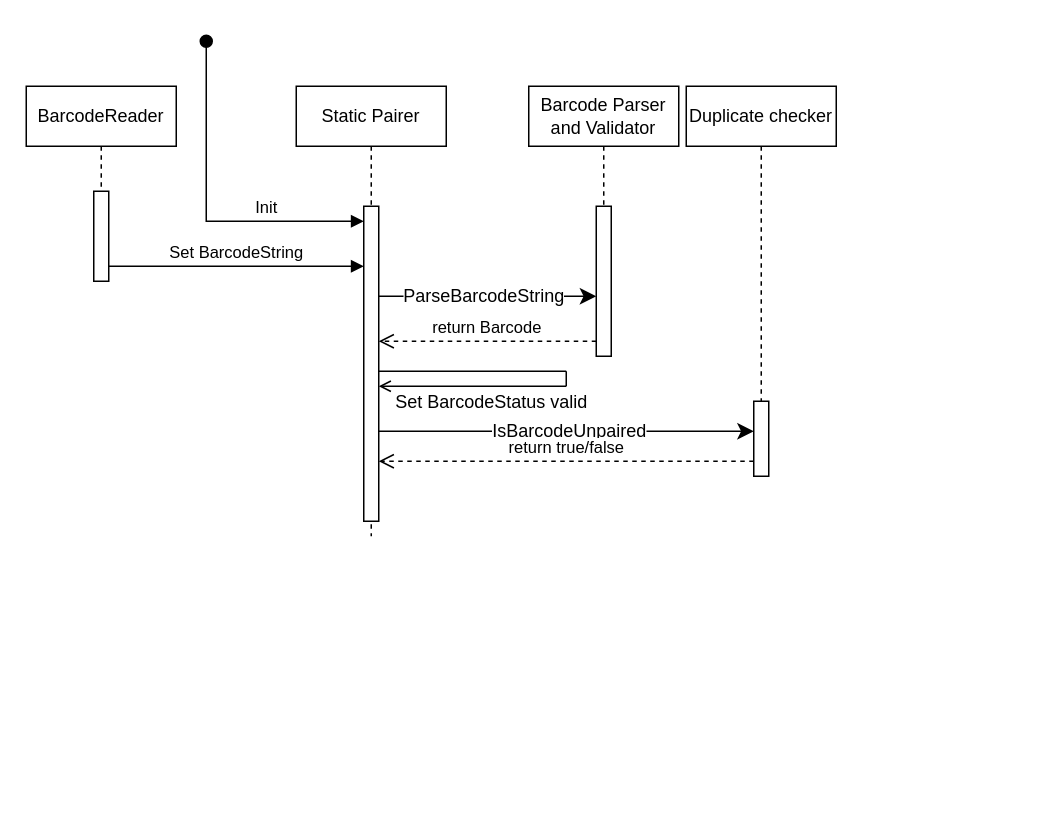
Before: PairingAndUploading-Sequence.drawio in manuel-harsch/draw.io-storage, a draw.io diagram. Source tidied: cells renumbered, new cells numbered last; positions are measured from the earlier drawing's top-left corner, leaving out a move shared by most shapes. Both pictures are drawn from the tidied source at 150%, with x=0, y=0 at pixel (26, 40).
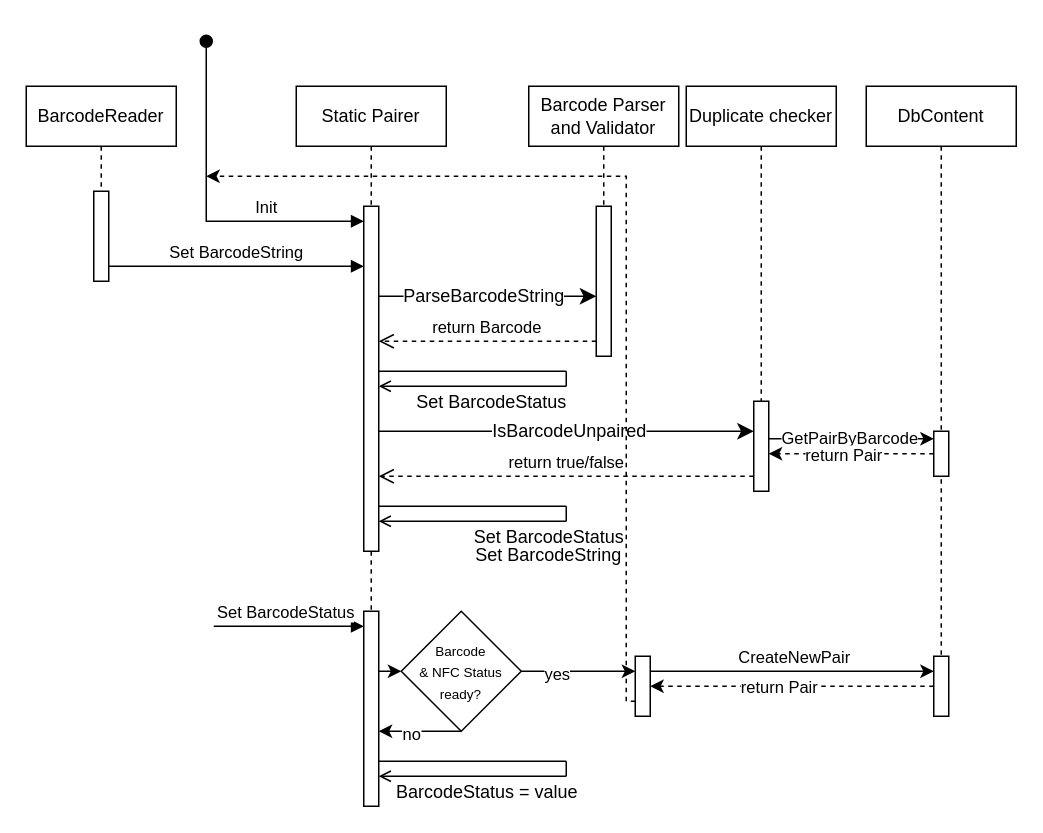
After the change.

Unchanged cells that the change refers to:
```xml
<mxCell id="17" style="endArrow=none;html=1;rounded=0;fontSize=12;startSize=8;endSize=8;" parent="15" edge="1">
  <mxGeometry relative="1" as="geometry">
    <mxPoint as="sourcePoint" />
    <mxPoint x="125" as="targetPoint" />
  </mxGeometry>
</mxCell>
```

Diff of the diagram source:
```diff
@@
     <mxCell id="4" value="Static Pairer" style="shape=umlLifeline;perimeter=lifelinePerimeter;whiteSpace=wrap;html=1;newEdgeStyle={&quot;edgeStyle&quot;:&quot;elbowEdgeStyle&quot;,&quot;elbow&quot;:&quot;vertical&quot;,&quot;curved&quot;:0,&quot;rounded&quot;:0};" parent="1" vertex="1">
-      <mxGeometry x="180" y="30" width="100" height="300" as="geometry" />
+      <mxGeometry x="180" y="30" width="100" height="480" as="geometry" />
     </mxCell>
     <mxCell id="5" style="html=1;points=[];perimeter=orthogonalPerimeter;outlineConnect=0;targetShapes=umlLifeline;portConstraint=eastwest;newEdgeStyle={&quot;edgeStyle&quot;:&quot;elbowEdgeStyle&quot;,&quot;elbow&quot;:&quot;vertical&quot;,&quot;curved&quot;:0,&quot;rounded&quot;:0};" parent="4" vertex="1">
-      <mxGeometry x="45" y="80" width="10" height="210" as="geometry" />
+      <mxGeometry x="45" y="80" width="10" height="230" as="geometry" />
     </mxCell>
+    <mxCell id="25" style="html=1;points=[];perimeter=orthogonalPerimeter;outlineConnect=0;targetShapes=umlLifeline;portConstraint=eastwest;newEdgeStyle={&quot;edgeStyle&quot;:&quot;elbowEdgeStyle&quot;,&quot;elbow&quot;:&quot;vertical&quot;,&quot;curved&quot;:0,&quot;rounded&quot;:0};" parent="4" vertex="1">
+      <mxGeometry x="45" y="350" width="10" height="130" as="geometry" />
+    </mxCell>
@@
-    <mxCell id="18" value="Set BarcodeStatus valid" style="edgeLabel;html=1;align=center;verticalAlign=middle;fontSize=12;" parent="17" vertex="1">
+    <mxCell id="18" value="Set BarcodeStatus" style="edgeLabel;html=1;align=center;verticalAlign=middle;fontSize=12;" parent="17" vertex="1">
       <mxGeometry x="0.34" y="-4" relative="1" as="geometry">
         <mxPoint x="-10" y="16" as="offset" />
       </mxGeometry>
     </mxCell>
@@
     <mxCell id="20" value="Duplicate checker" style="shape=umlLifeline;perimeter=lifelinePerimeter;whiteSpace=wrap;html=1;newEdgeStyle={&quot;edgeStyle&quot;:&quot;elbowEdgeStyle&quot;,&quot;elbow&quot;:&quot;vertical&quot;,&quot;curved&quot;:0,&quot;rounded&quot;:0};" parent="1" vertex="1">
-      <mxGeometry x="440" y="30" width="100" height="260" as="geometry" />
+      <mxGeometry x="440" y="30" width="100" height="270" as="geometry" />
     </mxCell>
     <mxCell id="21" style="html=1;points=[];perimeter=orthogonalPerimeter;outlineConnect=0;targetShapes=umlLifeline;portConstraint=eastwest;newEdgeStyle={&quot;edgeStyle&quot;:&quot;elbowEdgeStyle&quot;,&quot;elbow&quot;:&quot;vertical&quot;,&quot;curved&quot;:0,&quot;rounded&quot;:0};" parent="20" vertex="1">
-      <mxGeometry x="45" y="210" width="10" height="50" as="geometry" />
+      <mxGeometry x="45" y="210" width="10" height="60" as="geometry" />
     </mxCell>
@@
-    <mxCell id="24" value="return true/false" style="html=1;verticalAlign=bottom;endArrow=open;dashed=1;endSize=8;edgeStyle=elbowEdgeStyle;elbow=vertical;curved=0;rounded=0;" parent="1" edge="1" source="21" target="5">
+    <mxCell id="24" value="return true/false" style="html=1;verticalAlign=bottom;endArrow=open;dashed=1;endSize=8;edgeStyle=elbowEdgeStyle;elbow=vertical;curved=0;rounded=0;" parent="1" edge="1">
       <mxGeometry relative="1" as="geometry">
+        <mxPoint x="485" y="290" as="sourcePoint" />
+        <mxPoint x="235" y="290" as="targetPoint" />
         <Array as="points">
-          <mxPoint x="330" y="280" />
+          <mxPoint x="330" y="290" />
         </Array>
       </mxGeometry>
     </mxCell>
+    <mxCell id="26" value="DbContent" style="shape=umlLifeline;perimeter=lifelinePerimeter;whiteSpace=wrap;html=1;newEdgeStyle={&quot;edgeStyle&quot;:&quot;elbowEdgeStyle&quot;,&quot;elbow&quot;:&quot;vertical&quot;,&quot;curved&quot;:0,&quot;rounded&quot;:0};" parent="1" vertex="1">
+      <mxGeometry x="560" y="30" width="100" height="420" as="geometry" />
+    </mxCell>
+    <mxCell id="27" style="html=1;perimeter=orthogonalPerimeter;targetShapes=umlLifeline;newEdgeStyle={&quot;edgeStyle&quot;:&quot;elbowEdgeStyle&quot;,&quot;elbow&quot;:&quot;vertical&quot;,&quot;curved&quot;:0,&quot;rounded&quot;:0};" parent="26" vertex="1">
+      <mxGeometry x="45" y="230" width="10" height="30" as="geometry" />
+    </mxCell>
+    <mxCell id="28" style="edgeStyle=elbowEdgeStyle;rounded=0;orthogonalLoop=1;jettySize=auto;html=1;elbow=horizontal;curved=0;" parent="1" edge="1">
+      <mxGeometry relative="1" as="geometry">
+        <mxPoint x="495" y="265" as="sourcePoint" />
+        <mxPoint x="605" y="265" as="targetPoint" />
+      </mxGeometry>
+    </mxCell>
+    <mxCell id="29" value="GetPairByBarcode" style="edgeLabel;html=1;align=center;verticalAlign=middle;" parent="28" vertex="1">
+      <mxGeometry x="-0.4" y="1" relative="1" as="geometry">
+        <mxPoint x="20" as="offset" />
+      </mxGeometry>
+    </mxCell>
+    <mxCell id="30" style="edgeStyle=elbowEdgeStyle;rounded=0;orthogonalLoop=1;jettySize=auto;html=1;elbow=horizontal;curved=0;dashed=1;" parent="1" edge="1">
+      <mxGeometry relative="1" as="geometry">
+        <mxPoint x="605" y="275" as="sourcePoint" />
+        <mxPoint x="495" y="275" as="targetPoint" />
+      </mxGeometry>
+    </mxCell>
+    <mxCell id="31" value="return Pair" style="edgeLabel;html=1;align=center;verticalAlign=middle;" parent="30" vertex="1">
+      <mxGeometry x="0.1" relative="1" as="geometry" />
+    </mxCell>
+    <mxCell id="32" style="group;" parent="1" vertex="1">
+      <mxGeometry x="235" y="310" width="125" height="10" as="geometry" />
+    </mxCell>
+    <mxCell id="33" style="html=1;verticalAlign=bottom;endArrow=open;dashed=0;edgeStyle=elbowEdgeStyle;elbow=vertical;curved=0;rounded=0;" parent="32" edge="1">
+      <mxGeometry relative="1" as="geometry">
+        <mxPoint x="125" y="10" as="sourcePoint" />
+        <mxPoint y="10" as="targetPoint" />
+        <Array as="points">
+          <mxPoint x="114.8" y="10" />
+        </Array>
+      </mxGeometry>
+    </mxCell>
+    <mxCell id="34" style="endArrow=none;html=1;rounded=0;fontSize=12;startSize=8;endSize=8;" parent="32" edge="1">
+      <mxGeometry relative="1" as="geometry">
+        <mxPoint as="sourcePoint" />
+        <mxPoint x="125" as="targetPoint" />
+      </mxGeometry>
+    </mxCell>
+    <mxCell id="35" value="Set BarcodeStatus&amp;nbsp;" style="edgeLabel;html=1;align=center;verticalAlign=middle;fontSize=12;" parent="34" vertex="1">
+      <mxGeometry x="0.34" y="-4" relative="1" as="geometry">
+        <mxPoint x="30" y="16" as="offset" />
+      </mxGeometry>
+    </mxCell>
+    <mxCell id="36" style="endArrow=none;html=1;rounded=0;fontSize=12;startSize=8;endSize=8;" parent="32" edge="1">
+      <mxGeometry relative="1" as="geometry">
+        <mxPoint x="125" y="10" as="sourcePoint" />
+        <mxPoint x="125" as="targetPoint" />
+      </mxGeometry>
+    </mxCell>
+    <mxCell id="37" value="Set BarcodeStatus" style="html=1;verticalAlign=bottom;endArrow=block;edgeStyle=elbowEdgeStyle;elbow=vertical;curved=0;rounded=0;" parent="1" edge="1" target="25">
+      <mxGeometry relative="1" as="geometry">
+        <mxPoint x="130" y="390" as="sourcePoint" />
+        <Array as="points">
+          <mxPoint x="125" y="390" />
+        </Array>
+      </mxGeometry>
+    </mxCell>
+    <mxCell id="38" value="Set BarcodeString" style="edgeLabel;html=1;align=center;verticalAlign=middle;fontSize=12;" parent="1" vertex="1">
+      <mxGeometry x="347" y="342" as="geometry" />
+    </mxCell>
+    <mxCell id="39" style="edgeStyle=elbowEdgeStyle;rounded=0;jettySize=auto;html=1;elbow=vertical;curved=0;entryX=0;entryY=0.5;entryDx=0;entryDy=0;" parent="1" edge="1" source="25" target="46">
+      <mxGeometry relative="1" as="geometry" />
+    </mxCell>
+    <mxCell id="40" style="whiteSpace=wrap;html=1;" parent="1" vertex="1">
+      <mxGeometry x="406" y="410" width="10" height="40" as="geometry" />
+    </mxCell>
+    <mxCell id="41" style="edgeStyle=elbowEdgeStyle;rounded=0;jettySize=auto;html=1;elbow=horizontal;curved=0;exitX=1;exitY=0.25;exitDx=0;exitDy=0;entryX=0;entryY=0.25;entryDx=0;entryDy=0;" parent="1" edge="1" source="40" target="45">
+      <mxGeometry relative="1" as="geometry" />
+    </mxCell>
+    <mxCell id="42" value="CreateNewPair" style="edgeLabel;html=1;align=center;verticalAlign=middle;" parent="41" vertex="1">
+      <mxGeometry x="-0.4" y="1" relative="1" as="geometry">
+        <mxPoint x="38" y="-9" as="offset" />
+      </mxGeometry>
+    </mxCell>
+    <mxCell id="43" style="edgeStyle=elbowEdgeStyle;rounded=0;orthogonalLoop=1;jettySize=auto;html=1;elbow=horizontal;curved=0;dashed=1;entryX=1;entryY=0.75;entryDx=0;entryDy=0;exitX=0;exitY=0.75;exitDx=0;exitDy=0;" parent="1" edge="1">
+      <mxGeometry relative="1" as="geometry">
+        <mxPoint x="605" y="430" as="sourcePoint" />
+        <mxPoint x="416" y="430" as="targetPoint" />
+      </mxGeometry>
+    </mxCell>
+    <mxCell id="44" value="return Pair" style="edgeLabel;html=1;align=center;verticalAlign=middle;" parent="43" vertex="1">
+      <mxGeometry x="0.1" relative="1" as="geometry" />
+    </mxCell>
+    <mxCell id="45" style="whiteSpace=wrap;html=1;" parent="1" vertex="1">
+      <mxGeometry x="605" y="410" width="10" height="40" as="geometry" />
+    </mxCell>
+    <mxCell id="46" value="&lt;font style=&quot;font-size: 9px;&quot;&gt;Barcode &lt;br&gt;&amp;amp; NFC Status&lt;br&gt;ready?&lt;/font&gt;" style="rhombus;whiteSpace=wrap;html=1;" parent="1" vertex="1">
+      <mxGeometry x="250" y="380" width="80" height="80" as="geometry" />
+    </mxCell>
+    <mxCell id="47" style="edgeStyle=elbowEdgeStyle;rounded=0;jettySize=auto;html=1;elbow=vertical;curved=0;entryX=0;entryY=0.25;entryDx=0;entryDy=0;exitX=1;exitY=0.5;exitDx=0;exitDy=0;" parent="1" edge="1" source="46" target="40">
+      <mxGeometry relative="1" as="geometry" />
+    </mxCell>
+    <mxCell id="48" value="yes" style="edgeLabel;html=1;align=center;verticalAlign=middle;" parent="47" vertex="1">
+      <mxGeometry x="-0.46" y="-1" relative="1" as="geometry">
+        <mxPoint x="2" as="offset" />
+      </mxGeometry>
+    </mxCell>
+    <mxCell id="49" style="edgeStyle=elbowEdgeStyle;rounded=0;orthogonalLoop=1;jettySize=auto;html=1;elbow=horizontal;curved=0;dashed=1;exitX=0;exitY=0.75;exitDx=0;exitDy=0;" parent="1" edge="1">
+      <mxGeometry relative="1" as="geometry">
+        <mxPoint x="406" y="440" as="sourcePoint" />
+        <mxPoint x="120" y="90" as="targetPoint" />
+        <Array as="points">
+          <mxPoint x="400" y="480" />
+        </Array>
+      </mxGeometry>
+    </mxCell>
+    <mxCell id="50" style="endArrow=classic;html=1;rounded=0;exitX=0.5;exitY=1;exitDx=0;exitDy=0;" parent="1" edge="1" source="46" target="25">
+      <mxGeometry relative="1" as="geometry" />
+    </mxCell>
+    <mxCell id="51" value="no" style="edgeLabel;html=1;align=center;verticalAlign=middle;" parent="50" vertex="1">
+      <mxGeometry x="0.25" y="2" relative="1" as="geometry">
+        <mxPoint y="-1" as="offset" />
+      </mxGeometry>
+    </mxCell>
+    <mxCell id="52" style="group;" parent="1" vertex="1">
+      <mxGeometry x="235" y="480" width="125" height="10" as="geometry" />
+    </mxCell>
+    <mxCell id="53" style="html=1;verticalAlign=bottom;endArrow=open;dashed=0;edgeStyle=elbowEdgeStyle;elbow=vertical;curved=0;rounded=0;" parent="52" edge="1">
+      <mxGeometry relative="1" as="geometry">
+        <mxPoint x="125" y="10" as="sourcePoint" />
+        <mxPoint y="10" as="targetPoint" />
+        <Array as="points">
+          <mxPoint x="114.8" y="10" />
+        </Array>
+      </mxGeometry>
+    </mxCell>
+    <mxCell id="54" style="endArrow=none;html=1;rounded=0;fontSize=12;startSize=8;endSize=8;" parent="52" edge="1">
+      <mxGeometry relative="1" as="geometry">
+        <mxPoint as="sourcePoint" />
+        <mxPoint x="125" as="targetPoint" />
+      </mxGeometry>
+    </mxCell>
+    <mxCell id="55" value="BarcodeStatus = value" style="edgeLabel;html=1;align=center;verticalAlign=middle;fontSize=12;" parent="54" vertex="1">
+      <mxGeometry x="0.34" y="-4" relative="1" as="geometry">
+        <mxPoint x="-13" y="16" as="offset" />
+      </mxGeometry>
+    </mxCell>
+    <mxCell id="56" style="endArrow=none;html=1;rounded=0;fontSize=12;startSize=8;endSize=8;" parent="52" edge="1">
+      <mxGeometry relative="1" as="geometry">
+        <mxPoint x="125" y="10" as="sourcePoint" />
+        <mxPoint x="125" as="targetPoint" />
+      </mxGeometry>
+    </mxCell>
```
